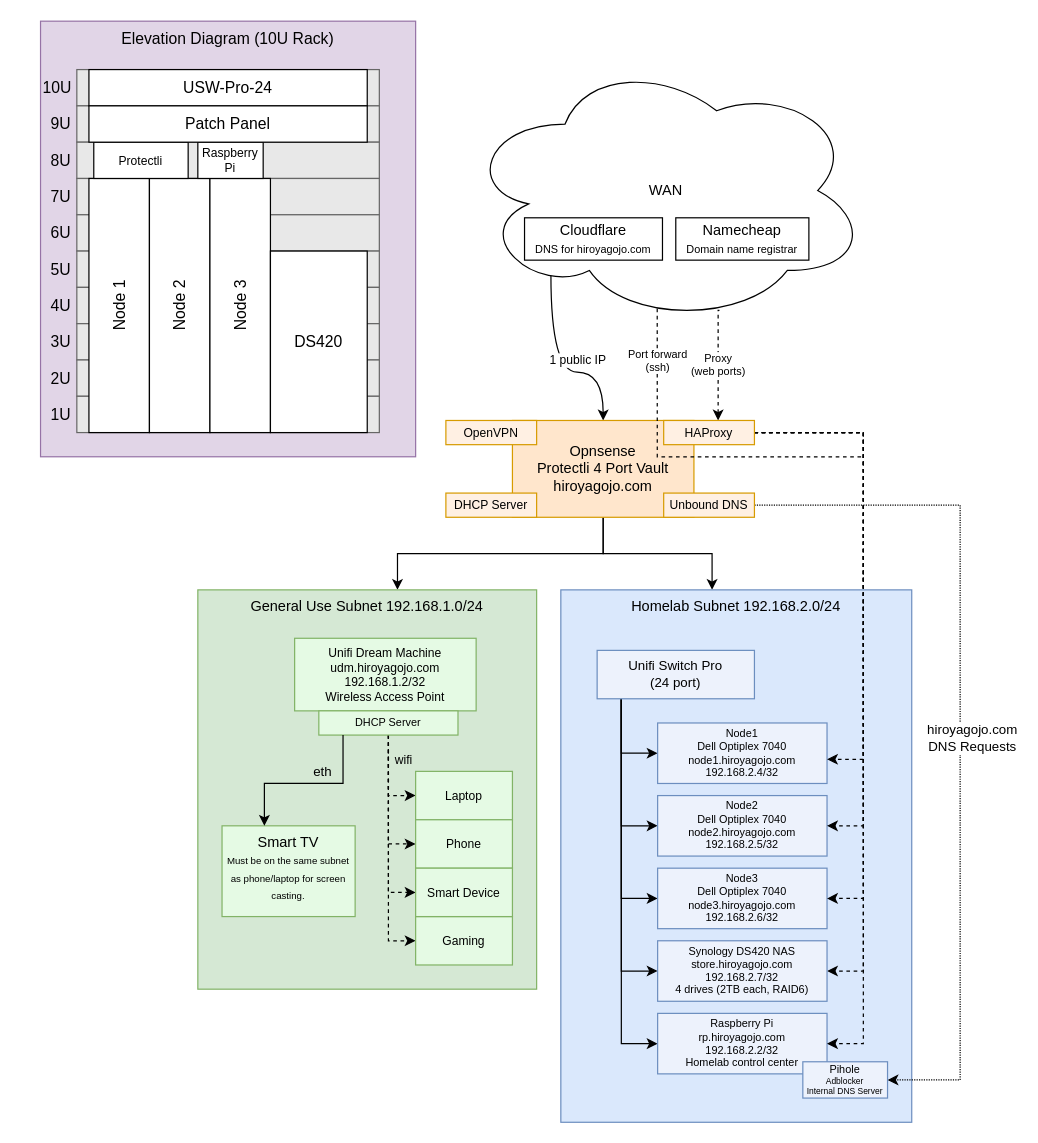
Above: homelab.drawio in HiDoYa/homelab (draw.io), before the change. Source tidied: cells renumbered, new cells numbered last; positions are measured from the earlier drawing's top-left corner, leaving out a move shared by most shapes. Both pictures are drawn from the tidied source at 121%, with x=0, y=0 at pixel (21, 21).
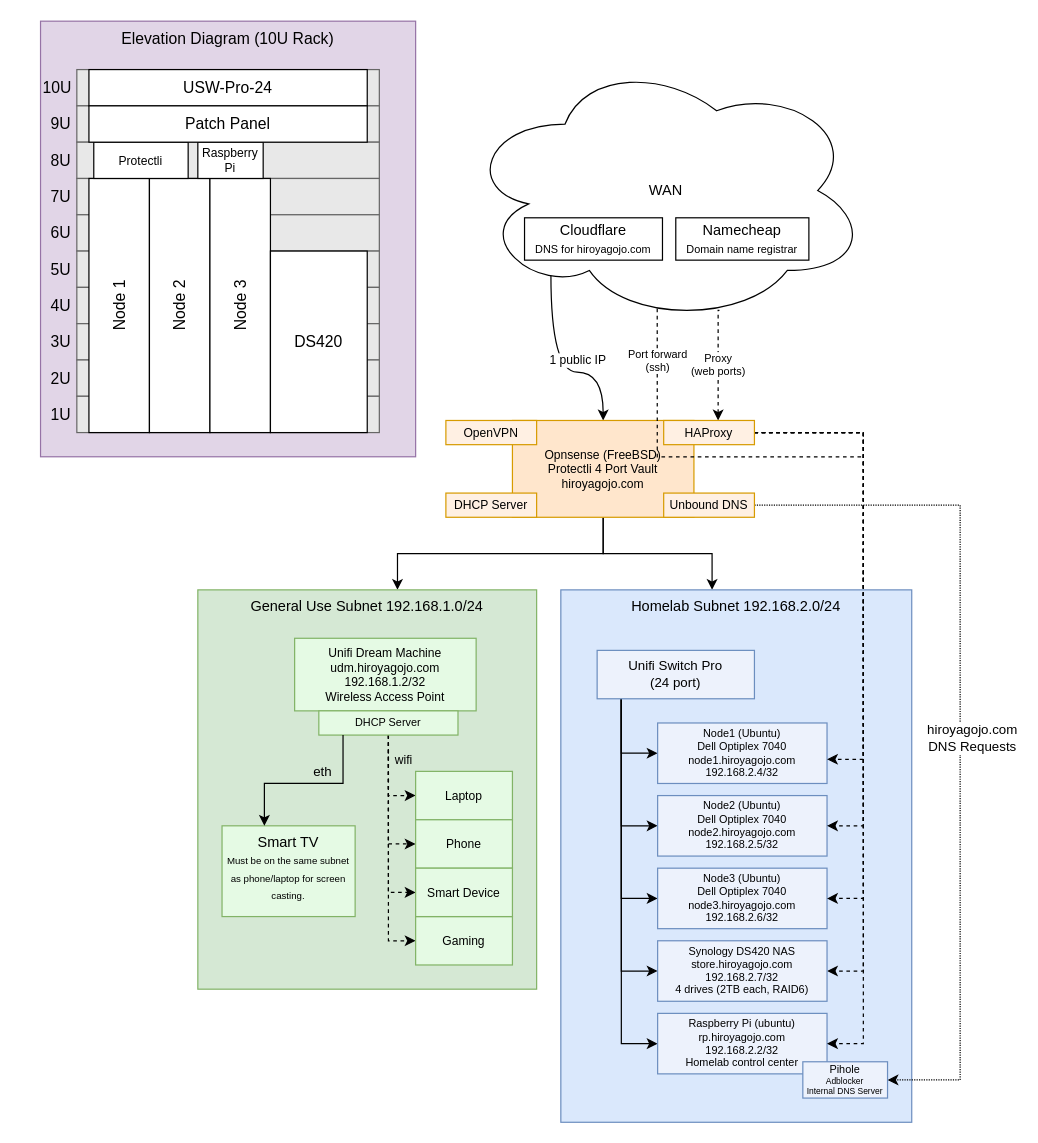
Above is the later version.

Commit message:
Add homelab diagram

Diff of the diagram source:
```diff
@@
-    <mxCell id="21" value="Opnsense&lt;br&gt;Protectli 4 Port Vault&lt;br&gt;hiroyagojo.com" style="rounded=0;whiteSpace=wrap;html=1;fillColor=#ffe6cc;strokeColor=#d79b00;" parent="1" vertex="1">
+    <mxCell id="21" value="Opnsense (FreeBSD)&lt;br style=&quot;font-size: 10px;&quot;&gt;Protectli 4 Port Vault&lt;br style=&quot;font-size: 10px;&quot;&gt;hiroyagojo.com" style="rounded=0;whiteSpace=wrap;html=1;fillColor=#ffe6cc;strokeColor=#d79b00;fontSize=10;" parent="1" vertex="1">
       <mxGeometry x="406" y="330" width="150" height="80" as="geometry" />
     </mxCell>
@@
-    <mxCell id="33" value="Node1&lt;br&gt;Dell Optiplex 7040&lt;br style=&quot;font-size: 9px;&quot;&gt;node1.hiroyagojo.com&lt;br&gt;192.168.2.4/32" style="rounded=0;whiteSpace=wrap;html=1;fontSize=9;fillColor=#EDF2FC;strokeColor=#6c8ebf;" parent="1" vertex="1">
+    <mxCell id="33" value="Node1 (Ubuntu)&lt;br&gt;Dell Optiplex 7040&lt;br style=&quot;font-size: 9px;&quot;&gt;node1.hiroyagojo.com&lt;br&gt;192.168.2.4/32" style="rounded=0;whiteSpace=wrap;html=1;fontSize=9;fillColor=#EDF2FC;strokeColor=#6c8ebf;" parent="1" vertex="1">
       <mxGeometry x="526" y="580" width="140" height="50" as="geometry" />
     </mxCell>
-    <mxCell id="34" value="Node2&lt;br&gt;Dell Optiplex 7040&lt;br&gt;node2.hiroyagojo.com&lt;br&gt;192.168.2.5/32" style="rounded=0;whiteSpace=wrap;html=1;fontSize=9;fillColor=#EDF2FC;strokeColor=#6c8ebf;" parent="1" vertex="1">
+    <mxCell id="34" value="Node2 (Ubuntu)&lt;br&gt;Dell Optiplex 7040&lt;br&gt;node2.hiroyagojo.com&lt;br&gt;192.168.2.5/32" style="rounded=0;whiteSpace=wrap;html=1;fontSize=9;fillColor=#EDF2FC;strokeColor=#6c8ebf;" parent="1" vertex="1">
       <mxGeometry x="526" y="640" width="140" height="50" as="geometry" />
     </mxCell>
-    <mxCell id="35" value="Node3&lt;br&gt;Dell Optiplex 7040&lt;br&gt;node3.hiroyagojo.com&lt;br&gt;192.168.2.6/32" style="rounded=0;whiteSpace=wrap;html=1;fontSize=9;fillColor=#EDF2FC;strokeColor=#6c8ebf;" parent="1" vertex="1">
+    <mxCell id="35" value="Node3 (Ubuntu)&lt;br&gt;Dell Optiplex 7040&lt;br&gt;node3.hiroyagojo.com&lt;br&gt;192.168.2.6/32" style="rounded=0;whiteSpace=wrap;html=1;fontSize=9;fillColor=#EDF2FC;strokeColor=#6c8ebf;" parent="1" vertex="1">
       <mxGeometry x="526" y="700" width="140" height="50" as="geometry" />
     </mxCell>
-    <mxCell id="36" value="Raspberry Pi&lt;br&gt;rp.hiroyagojo.com&lt;br&gt;192.168.2.2/32&lt;br&gt;Homelab control center" style="rounded=0;whiteSpace=wrap;html=1;fontSize=9;fillColor=#EDF2FC;strokeColor=#6c8ebf;" parent="1" vertex="1">
+    <mxCell id="36" value="Raspberry Pi (ubuntu)&lt;br&gt;rp.hiroyagojo.com&lt;br&gt;192.168.2.2/32&lt;br&gt;Homelab control center" style="rounded=0;whiteSpace=wrap;html=1;fontSize=9;fillColor=#EDF2FC;strokeColor=#6c8ebf;" parent="1" vertex="1">
       <mxGeometry x="526" y="820" width="140" height="50" as="geometry" />
     </mxCell>
```
